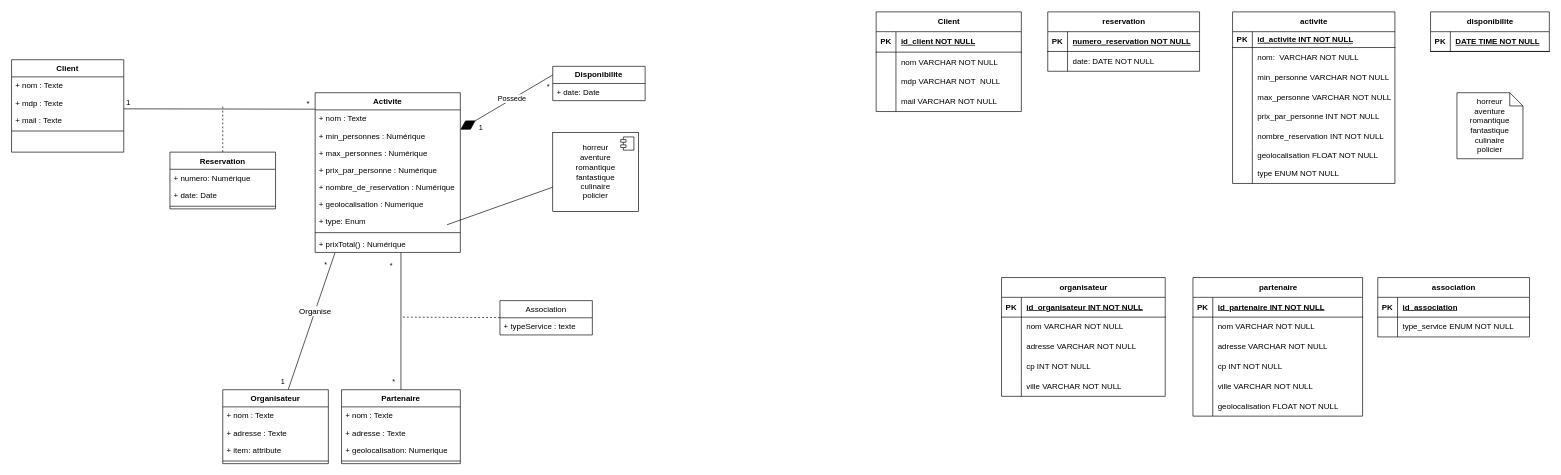
Before: page "Page-1" (1 of 2) of mystifolie_MLD_MCD.drawio in Jeremy-Cloarec/back-mystifolie, a draw.io diagram. Source tidied: cells renumbered, new cells numbered last; positions are measured from the earlier drawing's top-left corner, leaving out a move shared by most shapes. Both pictures are drawn from the tidied source at 66%, with x=0, y=0 at pixel (11, 12).
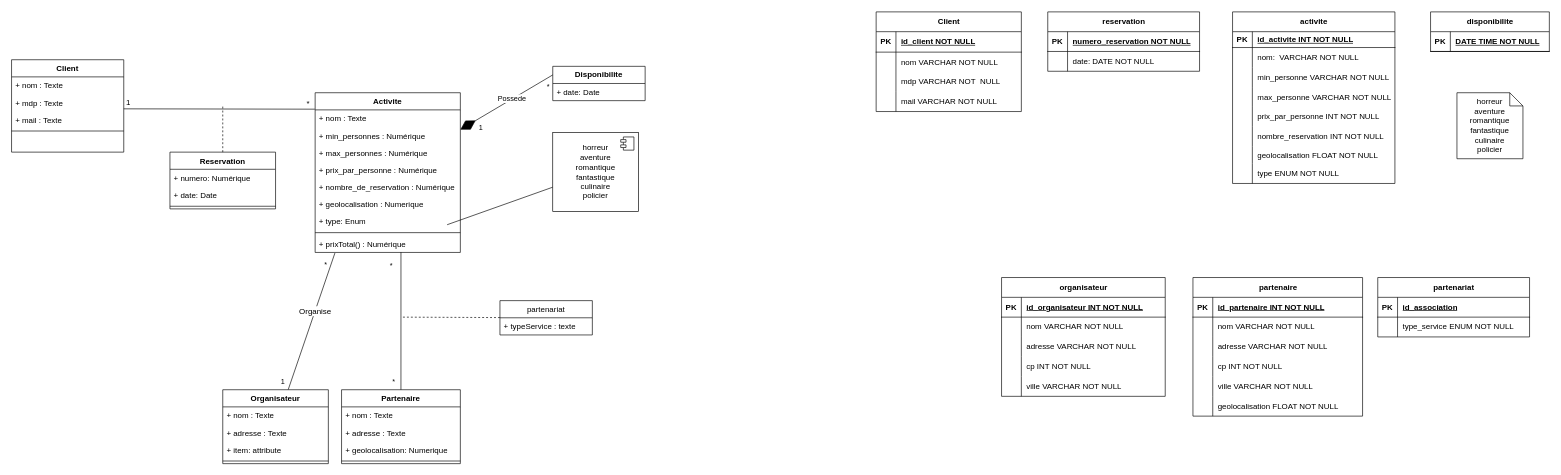
Above is the later version.

The edit, as a diff of the source:
```diff
@@
-    <mxCell id="52" value="Association" style="swimlane;fontStyle=0;horizontal=1;startSize=26;fillColor=none;whiteSpace=wrap;html=1;" parent="1" vertex="1">
+    <mxCell id="52" value="partenariat" style="swimlane;fontStyle=0;horizontal=1;startSize=26;fillColor=none;whiteSpace=wrap;html=1;" parent="1" vertex="1">
       <mxGeometry x="740" y="437" width="140" height="52" as="geometry" />
     </mxCell>
@@
-    <mxCell id="74" value="association" style="shape=table;startSize=30;childLayout=tableLayout;rowLines=0;fontStyle=1;align=center;html=1;" parent="1" vertex="1">
+    <mxCell id="74" value="partenariat" style="shape=table;startSize=30;childLayout=tableLayout;rowLines=0;fontStyle=1;align=center;html=1;" parent="1" vertex="1">
       <mxGeometry x="2070" y="402" width="230" height="90" as="geometry" />
     </mxCell>
```
